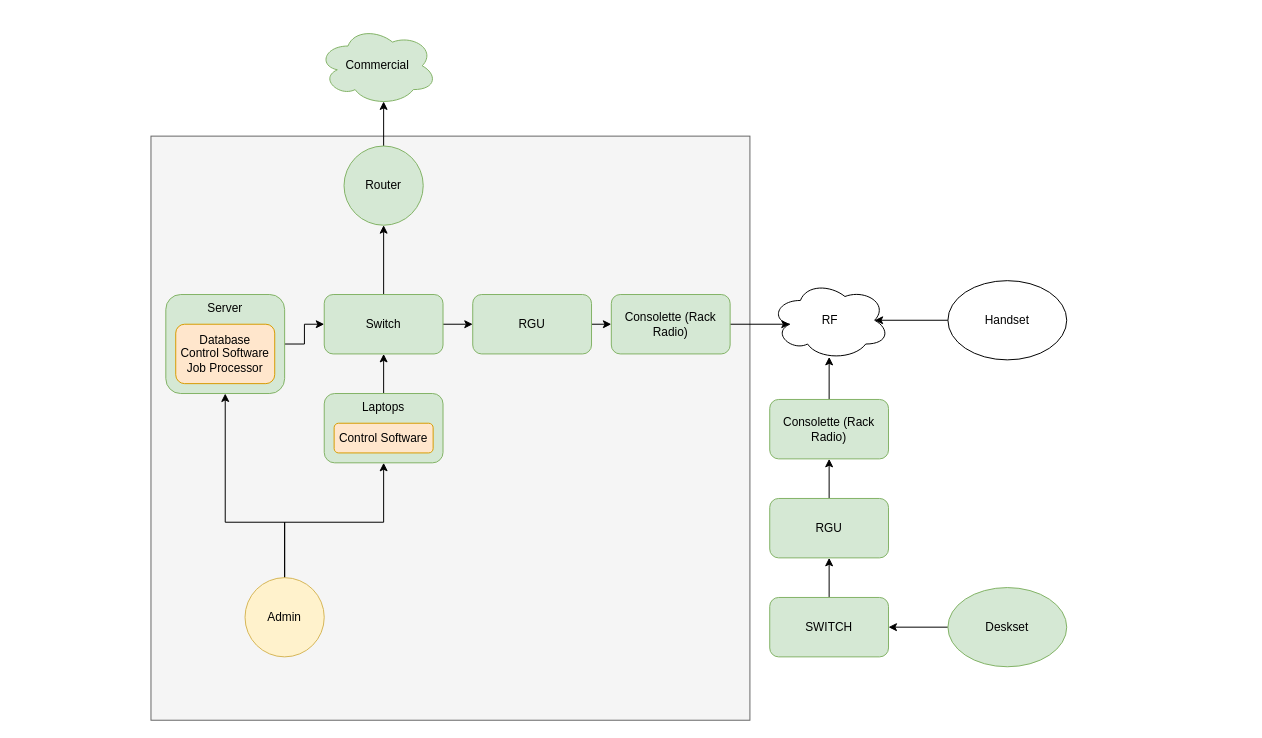
This is page "Page-2" (2 of 2) of Untitled Diagram.drawio from archolorin/shenanigans, a draw.io file, before an edit. Source tidied: cells renumbered, new cells numbered last; positions are measured from the earlier drawing's top-left corner, leaving out a move shared by most shapes. Both pictures are drawn from the tidied source at 99%, with x=0, y=0 at pixel (150, 26).
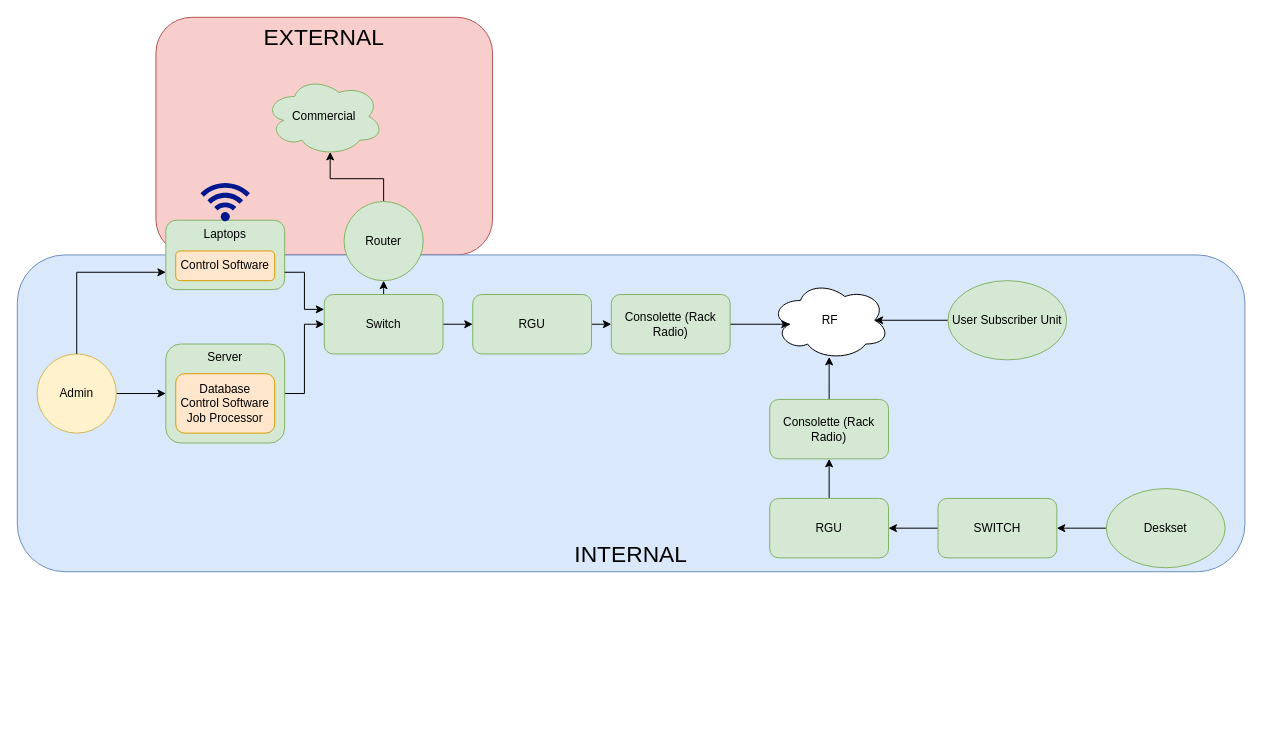
The same page after the edit.

Unchanged cells that the change refers to:
```xml
<mxCell id="6" value="RGU" style="rounded=1;whiteSpace=wrap;html=1;fillColor=#d5e8d4;strokeColor=#82b366;" parent="1" vertex="1">
  <mxGeometry x="625" y="477" width="120" height="60" as="geometry" />
</mxCell>
<mxCell id="20" value="Switch" style="rounded=1;whiteSpace=wrap;html=1;fillColor=#d5e8d4;strokeColor=#82b366;" parent="1" vertex="1">
  <mxGeometry x="175" y="271" width="120" height="60" as="geometry" />
</mxCell>
```

Change to the diagram source:
```diff
@@
-    <mxCell id="2" style="rounded=0;whiteSpace=wrap;html=1;fillColor=#f5f5f5;fontColor=#333333;strokeColor=#666666;" parent="1" vertex="1">
-      <mxGeometry y="111" width="605" height="590" as="geometry" />
-    </mxCell>
+    <mxCell id="33" value="EXTERNAL" style="rounded=1;whiteSpace=wrap;html=1;fontSize=23;verticalAlign=top;fillColor=#f8cecc;strokeColor=#b85450;" parent="1" vertex="1">
+      <mxGeometry x="5" y="-9" width="340" height="240" as="geometry" />
+    </mxCell>
+    <mxCell id="34" value="INTERNAL" style="rounded=1;whiteSpace=wrap;html=1;verticalAlign=bottom;fontSize=23;fillColor=#dae8fc;strokeColor=#6c8ebf;" parent="1" vertex="1">
+      <mxGeometry x="-135" y="231" width="1240" height="320" as="geometry" />
+    </mxCell>
@@
-    <mxCell id="7" style="edgeStyle=orthogonalEdgeStyle;rounded=0;jettySize=auto;html=1;exitX=0.5;exitY=0;exitDx=0;exitDy=0;entryX=0.5;entryY=1;entryDx=0;entryDy=0;startArrow=none;startFill=0;" parent="1" edge="1" source="8" target="6">
+    <mxCell id="7" style="edgeStyle=orthogonalEdgeStyle;rounded=0;jettySize=auto;html=1;exitX=0;exitY=0.5;exitDx=0;exitDy=0;entryX=1;entryY=0.5;entryDx=0;entryDy=0;startArrow=none;startFill=0;" parent="1" edge="1" source="8" target="6">
       <mxGeometry relative="1" as="geometry" />
     </mxCell>
     <mxCell id="8" value="SWITCH" style="rounded=1;whiteSpace=wrap;html=1;fillColor=#d5e8d4;strokeColor=#82b366;" parent="1" vertex="1">
-      <mxGeometry x="625" y="577" width="120" height="60" as="geometry" />
+      <mxGeometry x="795" y="477" width="120" height="60" as="geometry" />
     </mxCell>
@@
     <mxCell id="10" value="Deskset" style="ellipse;whiteSpace=wrap;html=1;fillColor=#d5e8d4;strokeColor=#82b366;" parent="1" vertex="1">
-      <mxGeometry x="805" y="567" width="120" height="80" as="geometry" />
+      <mxGeometry x="965" y="467" width="120" height="80" as="geometry" />
     </mxCell>
@@
-    <mxCell id="13" value="Handset" style="ellipse;whiteSpace=wrap;html=1;" parent="1" vertex="1">
+    <mxCell id="13" value="User Subscriber Unit" style="ellipse;whiteSpace=wrap;html=1;fillColor=#d5e8d4;strokeColor=#82b366;" parent="1" vertex="1">
       <mxGeometry x="805" y="257" width="120" height="80" as="geometry" />
     </mxCell>
@@
     <mxCell id="15" value="Router" style="ellipse;whiteSpace=wrap;html=1;fillColor=#d5e8d4;strokeColor=#82b366;" parent="1" vertex="1">
-      <mxGeometry x="195" y="121" width="80" height="80" as="geometry" />
+      <mxGeometry x="195" y="177" width="80" height="80" as="geometry" />
     </mxCell>
@@
-    <mxCell id="22" value="Server" style="rounded=1;whiteSpace=wrap;html=1;fillColor=#d5e8d4;strokeColor=#82b366;verticalAlign=top;" parent="1" vertex="1">
-      <mxGeometry x="15" y="271" width="120" height="100" as="geometry" />
-    </mxCell>
     <mxCell id="23" value="Commercial" style="ellipse;shape=cloud;whiteSpace=wrap;html=1;fillColor=#d5e8d4;strokeColor=#82b366;" parent="1" vertex="1">
-      <mxGeometry x="169" width="120" height="80" as="geometry" />
+      <mxGeometry x="115" y="51" width="120" height="80" as="geometry" />
     </mxCell>
-    <mxCell id="24" style="edgeStyle=orthogonalEdgeStyle;rounded=0;jettySize=auto;html=1;exitX=0.5;exitY=0;exitDx=0;exitDy=0;entryX=0.5;entryY=1;entryDx=0;entryDy=0;startArrow=none;startFill=0;" parent="1" edge="1" source="25" target="20">
-      <mxGeometry relative="1" as="geometry" />
-    </mxCell>
-    <mxCell id="25" value="Laptops&lt;br&gt;" style="rounded=1;whiteSpace=wrap;html=1;fillColor=#d5e8d4;strokeColor=#82b366;verticalAlign=top;" parent="1" vertex="1">
-      <mxGeometry x="175" y="371" width="120" height="70" as="geometry" />
-    </mxCell>
@@
+    <mxCell id="29" style="edgeStyle=orthogonalEdgeStyle;rounded=0;jettySize=auto;html=1;exitX=1;exitY=0.5;exitDx=0;exitDy=0;entryX=0;entryY=0.5;entryDx=0;entryDy=0;startArrow=none;startFill=0;endArrow=classic;endFill=1;" parent="1" edge="1" source="32" target="22">
+      <mxGeometry relative="1" as="geometry" />
+    </mxCell>
+    <mxCell id="32" value="Admin" style="ellipse;whiteSpace=wrap;html=1;fillColor=#fff2cc;strokeColor=#d6b656;" parent="1" vertex="1">
+      <mxGeometry x="-115" y="331" width="80" height="80" as="geometry" />
+    </mxCell>
-    <mxCell id="28" style="edgeStyle=orthogonalEdgeStyle;rounded=0;jettySize=auto;html=1;exitX=0.5;exitY=0;exitDx=0;exitDy=0;entryX=0.5;entryY=1;entryDx=0;entryDy=0;startArrow=none;startFill=0;" parent="1" edge="1" source="32" target="25">
-      <mxGeometry relative="1" as="geometry">
-        <Array as="points">
-          <mxPoint x="135" y="501" />
-          <mxPoint x="235" y="501" />
-        </Array>
-      </mxGeometry>
+    <mxCell id="28" style="edgeStyle=orthogonalEdgeStyle;rounded=0;jettySize=auto;html=1;exitX=0.5;exitY=0;exitDx=0;exitDy=0;startArrow=none;startFill=0;endArrow=classic;entryX=0;entryY=0.75;entryDx=0;entryDy=0;endFill=1;" parent="1" edge="1" source="32" target="25">
+      <mxGeometry relative="1" as="geometry" />
     </mxCell>
-    <mxCell id="29" style="edgeStyle=orthogonalEdgeStyle;rounded=0;jettySize=auto;html=1;exitX=0.5;exitY=0;exitDx=0;exitDy=0;entryX=0.5;entryY=1;entryDx=0;entryDy=0;startArrow=none;startFill=0;" parent="1" edge="1" source="32" target="22">
-      <mxGeometry relative="1" as="geometry">
-        <Array as="points">
-          <mxPoint x="135" y="501" />
-          <mxPoint x="75" y="501" />
-        </Array>
-      </mxGeometry>
-    </mxCell>
+    <mxCell id="35" style="group;" parent="1" vertex="1">
+      <mxGeometry x="15" y="321" width="120" height="100" as="geometry" />
+    </mxCell>
+    <mxCell id="22" value="Server" style="rounded=1;whiteSpace=wrap;html=1;fillColor=#d5e8d4;strokeColor=#82b366;verticalAlign=top;" parent="35" vertex="1">
+      <mxGeometry width="120" height="100" as="geometry" />
+    </mxCell>
-    <mxCell id="30" value="Database&lt;br&gt;Control Software&lt;br&gt;Job Processor" style="rounded=1;whiteSpace=wrap;html=1;fillColor=#ffe6cc;strokeColor=#d79b00;" parent="1" vertex="1">
-      <mxGeometry x="25" y="301" width="100" height="60" as="geometry" />
+    <mxCell id="30" value="Database&lt;br&gt;Control Software&lt;br&gt;Job Processor" style="rounded=1;whiteSpace=wrap;html=1;fillColor=#ffe6cc;strokeColor=#d79b00;" parent="35" vertex="1">
+      <mxGeometry x="10" y="30" width="100" height="60" as="geometry" />
     </mxCell>
+    <mxCell id="36" style="group;" parent="1" vertex="1">
+      <mxGeometry x="15" y="196" width="120" height="70" as="geometry" />
+    </mxCell>
+    <mxCell id="25" value="Laptops&lt;br&gt;" style="rounded=1;whiteSpace=wrap;html=1;fillColor=#d5e8d4;strokeColor=#82b366;verticalAlign=top;" parent="36" vertex="1">
+      <mxGeometry width="120" height="70" as="geometry" />
+    </mxCell>
-    <mxCell id="31" value="Control Software" style="rounded=1;whiteSpace=wrap;html=1;fillColor=#ffe6cc;strokeColor=#d79b00;" parent="1" vertex="1">
-      <mxGeometry x="185" y="401" width="100" height="30" as="geometry" />
+    <mxCell id="31" value="Control Software" style="rounded=1;whiteSpace=wrap;html=1;fillColor=#ffe6cc;strokeColor=#d79b00;" parent="36" vertex="1">
+      <mxGeometry x="10" y="31" width="100" height="30" as="geometry" />
     </mxCell>
-    <mxCell id="32" value="Admin" style="ellipse;whiteSpace=wrap;html=1;fillColor=#fff2cc;strokeColor=#d6b656;" parent="1" vertex="1">
-      <mxGeometry x="95" y="557" width="80" height="80" as="geometry" />
-    </mxCell>
+    <mxCell id="24" style="edgeStyle=orthogonalEdgeStyle;rounded=0;jettySize=auto;html=1;exitX=1;exitY=0.75;exitDx=0;exitDy=0;entryX=0;entryY=0.25;entryDx=0;entryDy=0;startArrow=none;startFill=0;endArrow=classic;endFill=1;" parent="1" edge="1" source="25" target="20">
+      <mxGeometry relative="1" as="geometry" />
+    </mxCell>
+    <mxCell id="37" style="sketch=0;shadow=0;dashed=0;html=1;strokeColor=none;labelPosition=center;verticalLabelPosition=bottom;verticalAlign=top;align=center;fillColor=#00188D;shape=mxgraph.mscae.enterprise.wireless_connection;rotation=-90;" parent="1" vertex="1">
+      <mxGeometry x="54" y="151" width="42" height="50" as="geometry" />
+    </mxCell>
```
